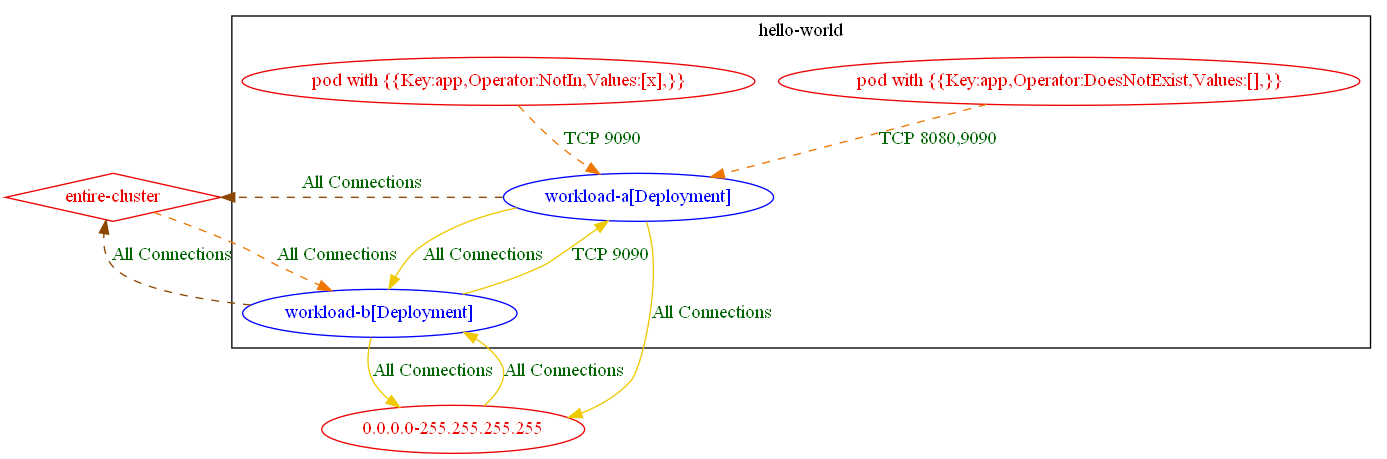
Earlier version of the Graphviz export test_outputs/connlist/exposure_test_exposure_with_different_rules_3_connlist_output.dot.png (np-guard/netpol-analyzer). Its source is kept beside it as test_outputs/connlist/exposure_test_exposure_with_different_rules_3_connlist_output.dot.
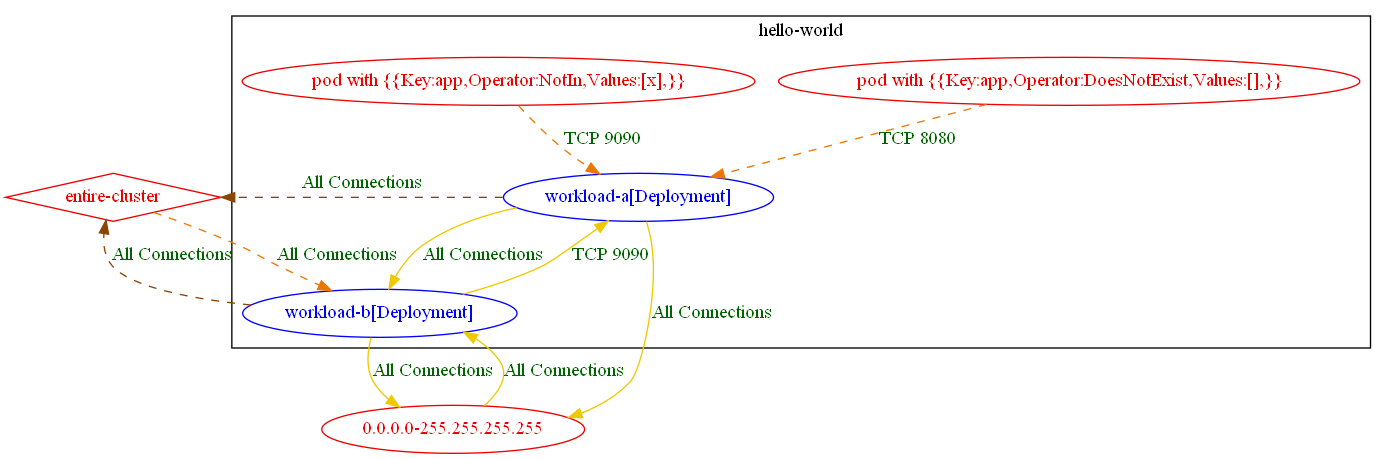
After the change.

The edit, as a diff of the source:
```diff
@@ -18,6 +18,6 @@
 	"hello-world/workload-b[Deployment]" -> "0.0.0.0-255.255.255.255" [label="All Connections" color="gold2" fontcolor="darkgreen" weight=1]
 	"hello-world/workload-b[Deployment]" -> "entire-cluster" [label="All Connections" color="darkorange4" fontcolor="darkgreen" weight=0.5 style=dashed]
 	"hello-world/workload-b[Deployment]" -> "hello-world/workload-a[Deployment]" [label="TCP 9090" color="gold2" fontcolor="darkgreen" weight=1]
-	"pod with {{Key:app,Operator:DoesNotExist,Values:[],}}_in_hello-world" -> "hello-world/workload-a[Deployment]" [label="TCP 8080,9090" color="darkorange2" fontcolor="darkgreen" weight=1 style=dashed]
+	"pod with {{Key:app,Operator:DoesNotExist,Values:[],}}_in_hello-world" -> "hello-world/workload-a[Deployment]" [label="TCP 8080" color="darkorange2" fontcolor="darkgreen" weight=1 style=dashed]
 	"pod with {{Key:app,Operator:NotIn,Values:[x],}}_in_hello-world" -> "hello-world/workload-a[Deployment]" [label="TCP 9090" color="darkorange2" fontcolor="darkgreen" weight=1 style=dashed]
 }
```
